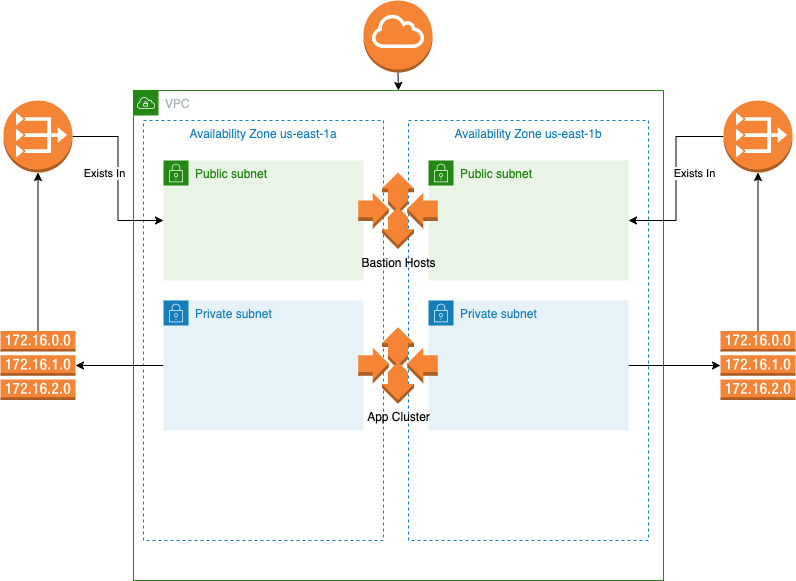
Earlier version of the draw.io export ecs-app-network.png (Amertz08/ecs-app). Source tidied: cells renumbered, new cells last; positions are measured from the earlier drawing's top-left corner, leaving out a move shared by most shapes. Its diagram source:
```xml
<mxGraphModel>
  <root>
    <mxCell id="0" />
    <mxCell id="1" parent="0" />
    <mxCell id="2" value="VPC" style="points=[[0,0],[0.25,0],[0.5,0],[0.75,0],[1,0],[1,0.25],[1,0.5],[1,0.75],[1,1],[0.75,1],[0.5,1],[0.25,1],[0,1],[0,0.75],[0,0.5],[0,0.25]];outlineConnect=0;gradientColor=none;html=1;whiteSpace=wrap;fontSize=12;fontStyle=0;shape=mxgraph.aws4.group;grIcon=mxgraph.aws4.group_vpc;strokeColor=#248814;fillColor=none;verticalAlign=top;align=left;spacingLeft=30;fontColor=#AAB7B8;dashed=0;" parent="1" vertex="1">
      <mxGeometry x="133" y="90" width="530" height="490" as="geometry" />
    </mxCell>
    <mxCell id="3" value="Availability Zone us-east-1a" style="fillColor=none;strokeColor=#147EBA;dashed=1;verticalAlign=top;fontStyle=0;fontColor=#147EBA;" parent="1" vertex="1">
      <mxGeometry x="143" y="120" width="240" height="420" as="geometry" />
    </mxCell>
    <mxCell id="4" value="Availability Zone us-east-1b" style="fillColor=none;strokeColor=#147EBA;dashed=1;verticalAlign=top;fontStyle=0;fontColor=#147EBA;" parent="1" vertex="1">
      <mxGeometry x="408" y="120" width="240" height="420" as="geometry" />
    </mxCell>
    <mxCell id="5" value="Public subnet" style="points=[[0,0],[0.25,0],[0.5,0],[0.75,0],[1,0],[1,0.25],[1,0.5],[1,0.75],[1,1],[0.75,1],[0.5,1],[0.25,1],[0,1],[0,0.75],[0,0.5],[0,0.25]];outlineConnect=0;gradientColor=none;html=1;whiteSpace=wrap;fontSize=12;fontStyle=0;shape=mxgraph.aws4.group;grIcon=mxgraph.aws4.group_security_group;grStroke=0;strokeColor=#248814;fillColor=#E9F3E6;verticalAlign=top;align=left;spacingLeft=30;fontColor=#248814;dashed=0;" parent="1" vertex="1">
      <mxGeometry x="163" y="160" width="200" height="120" as="geometry" />
    </mxCell>
    <mxCell id="6" value="Public subnet" style="points=[[0,0],[0.25,0],[0.5,0],[0.75,0],[1,0],[1,0.25],[1,0.5],[1,0.75],[1,1],[0.75,1],[0.5,1],[0.25,1],[0,1],[0,0.75],[0,0.5],[0,0.25]];outlineConnect=0;gradientColor=none;html=1;whiteSpace=wrap;fontSize=12;fontStyle=0;shape=mxgraph.aws4.group;grIcon=mxgraph.aws4.group_security_group;grStroke=0;strokeColor=#248814;fillColor=#E9F3E6;verticalAlign=top;align=left;spacingLeft=30;fontColor=#248814;dashed=0;" parent="1" vertex="1">
      <mxGeometry x="428" y="160" width="200" height="120" as="geometry" />
    </mxCell>
    <mxCell id="7" style="edgeStyle=orthogonalEdgeStyle;rounded=0;jettySize=auto;html=1;exitX=0;exitY=0.5;exitDx=0;exitDy=0;entryX=1;entryY=0.5;entryDx=0;entryDy=0;entryPerimeter=0;" parent="1" edge="1" source="8" target="22">
      <mxGeometry relative="1" as="geometry" />
    </mxCell>
    <mxCell id="8" value="Private subnet" style="points=[[0,0],[0.25,0],[0.5,0],[0.75,0],[1,0],[1,0.25],[1,0.5],[1,0.75],[1,1],[0.75,1],[0.5,1],[0.25,1],[0,1],[0,0.75],[0,0.5],[0,0.25]];outlineConnect=0;gradientColor=none;html=1;whiteSpace=wrap;fontSize=12;fontStyle=0;shape=mxgraph.aws4.group;grIcon=mxgraph.aws4.group_security_group;grStroke=0;strokeColor=#147EBA;fillColor=#E6F2F8;verticalAlign=top;align=left;spacingLeft=30;fontColor=#147EBA;dashed=0;" parent="1" vertex="1">
      <mxGeometry x="163" y="300" width="200" height="130" as="geometry" />
    </mxCell>
    <mxCell id="9" style="edgeStyle=orthogonalEdgeStyle;rounded=0;jettySize=auto;html=1;exitX=1;exitY=0.5;exitDx=0;exitDy=0;entryX=0;entryY=0.5;entryDx=0;entryDy=0;entryPerimeter=0;" parent="1" edge="1" source="10" target="24">
      <mxGeometry relative="1" as="geometry" />
    </mxCell>
    <mxCell id="10" value="Private subnet" style="points=[[0,0],[0.25,0],[0.5,0],[0.75,0],[1,0],[1,0.25],[1,0.5],[1,0.75],[1,1],[0.75,1],[0.5,1],[0.25,1],[0,1],[0,0.75],[0,0.5],[0,0.25]];outlineConnect=0;gradientColor=none;html=1;whiteSpace=wrap;fontSize=12;fontStyle=0;shape=mxgraph.aws4.group;grIcon=mxgraph.aws4.group_security_group;grStroke=0;strokeColor=#147EBA;fillColor=#E6F2F8;verticalAlign=top;align=left;spacingLeft=30;fontColor=#147EBA;dashed=0;" parent="1" vertex="1">
      <mxGeometry x="428" y="300" width="200" height="130" as="geometry" />
    </mxCell>
    <mxCell id="11" style="edgeStyle=orthogonalEdgeStyle;rounded=0;jettySize=auto;html=1;exitX=0.5;exitY=1;exitDx=0;exitDy=0;exitPerimeter=0;entryX=0.5;entryY=0;entryDx=0;entryDy=0;" parent="1" edge="1" source="12" target="2">
      <mxGeometry relative="1" as="geometry" />
    </mxCell>
    <mxCell id="12" style="outlineConnect=0;dashed=0;verticalLabelPosition=bottom;verticalAlign=top;align=center;html=1;shape=mxgraph.aws3.internet_gateway;fillColor=#F58534;gradientColor=none;" parent="1" vertex="1">
      <mxGeometry x="363" width="69" height="72" as="geometry" />
    </mxCell>
    <mxCell id="13" style="edgeStyle=orthogonalEdgeStyle;rounded=0;jettySize=auto;html=1;exitX=1;exitY=0.5;exitDx=0;exitDy=0;exitPerimeter=0;" parent="1" edge="1" source="15" target="5">
      <mxGeometry relative="1" as="geometry" />
    </mxCell>
    <mxCell id="14" value="Exists In" style="edgeLabel;html=1;align=center;verticalAlign=middle;" parent="13" vertex="1">
      <mxGeometry x="-0.13" y="-2" relative="1" as="geometry">
        <mxPoint x="-12" y="5" as="offset" />
      </mxGeometry>
    </mxCell>
    <mxCell id="15" style="outlineConnect=0;dashed=0;verticalLabelPosition=bottom;verticalAlign=top;align=center;html=1;shape=mxgraph.aws3.vpc_nat_gateway;fillColor=#F58534;gradientColor=none;" parent="1" vertex="1">
      <mxGeometry x="3" y="100" width="69" height="72" as="geometry" />
    </mxCell>
    <mxCell id="16" style="edgeStyle=orthogonalEdgeStyle;rounded=0;jettySize=auto;html=1;exitX=0;exitY=0.5;exitDx=0;exitDy=0;exitPerimeter=0;" parent="1" edge="1" source="18" target="6">
      <mxGeometry relative="1" as="geometry" />
    </mxCell>
    <mxCell id="17" value="Exists In" style="edgeLabel;html=1;align=center;verticalAlign=middle;" parent="16" vertex="1">
      <mxGeometry x="-0.08" y="4" relative="1" as="geometry">
        <mxPoint x="14" y="1" as="offset" />
      </mxGeometry>
    </mxCell>
    <mxCell id="18" style="outlineConnect=0;dashed=0;verticalLabelPosition=bottom;verticalAlign=top;align=center;html=1;shape=mxgraph.aws3.vpc_nat_gateway;fillColor=#F58534;gradientColor=none;" parent="1" vertex="1">
      <mxGeometry x="723" y="100" width="69" height="72" as="geometry" />
    </mxCell>
    <mxCell id="19" value="Bastion Hosts" style="dashed=0;verticalLabelPosition=bottom;verticalAlign=top;align=center;html=1;shape=mxgraph.aws3.auto_scaling;fillColor=#F58534;gradientColor=none;" parent="1" vertex="1">
      <mxGeometry x="357.8" y="172" width="79.5" height="76.5" as="geometry" />
    </mxCell>
    <mxCell id="20" value="App Cluster" style="dashed=0;verticalLabelPosition=bottom;verticalAlign=top;align=center;html=1;shape=mxgraph.aws3.auto_scaling;fillColor=#F58534;gradientColor=none;" parent="1" vertex="1">
      <mxGeometry x="357.8" y="326.8" width="79.5" height="76.5" as="geometry" />
    </mxCell>
    <mxCell id="21" style="edgeStyle=orthogonalEdgeStyle;rounded=0;jettySize=auto;html=1;exitX=0.5;exitY=0;exitDx=0;exitDy=0;exitPerimeter=0;entryX=0.5;entryY=1;entryDx=0;entryDy=0;entryPerimeter=0;" parent="1" edge="1" source="22" target="15">
      <mxGeometry relative="1" as="geometry" />
    </mxCell>
    <mxCell id="22" style="outlineConnect=0;dashed=0;verticalLabelPosition=bottom;verticalAlign=top;align=center;html=1;shape=mxgraph.aws3.route_table;fillColor=#F58536;gradientColor=none;" parent="1" vertex="1">
      <mxGeometry y="330.5" width="75" height="69" as="geometry" />
    </mxCell>
    <mxCell id="23" style="edgeStyle=orthogonalEdgeStyle;rounded=0;jettySize=auto;html=1;exitX=0.5;exitY=0;exitDx=0;exitDy=0;exitPerimeter=0;entryX=0.5;entryY=1;entryDx=0;entryDy=0;entryPerimeter=0;" parent="1" edge="1" source="24" target="18">
      <mxGeometry relative="1" as="geometry" />
    </mxCell>
    <mxCell id="24" style="outlineConnect=0;dashed=0;verticalLabelPosition=bottom;verticalAlign=top;align=center;html=1;shape=mxgraph.aws3.route_table;fillColor=#F58536;gradientColor=none;" parent="1" vertex="1">
      <mxGeometry x="720" y="330.5" width="75" height="69" as="geometry" />
    </mxCell>
  </root>
</mxGraphModel>
```
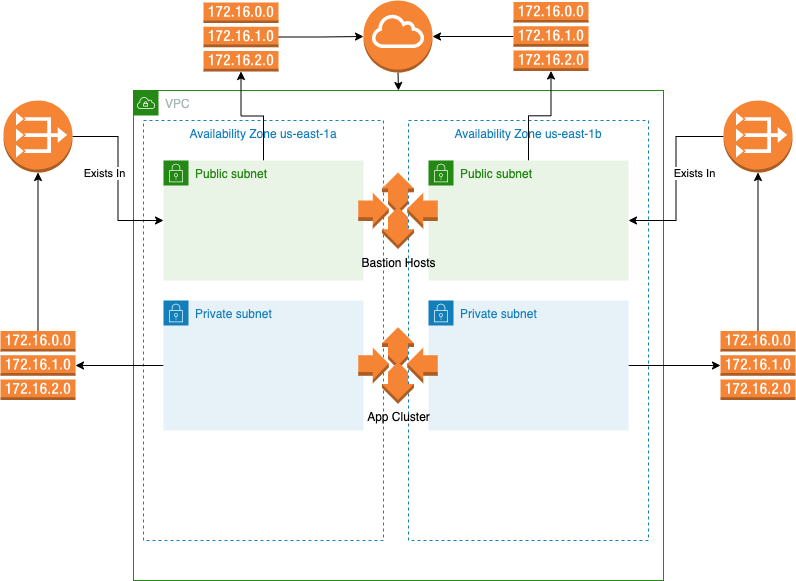
Later version of the same file.

Commit message:
Update network diagram

The edit, as a diff of the source:
```diff
@@ -11,9 +11,15 @@
     <mxCell id="4" value="Availability Zone us-east-1b" style="fillColor=none;strokeColor=#147EBA;dashed=1;verticalAlign=top;fontStyle=0;fontColor=#147EBA;" parent="1" vertex="1">
       <mxGeometry x="408" y="120" width="240" height="420" as="geometry" />
     </mxCell>
+    <mxCell id="25" style="edgeStyle=orthogonalEdgeStyle;rounded=0;jettySize=auto;html=1;exitX=0.5;exitY=0;exitDx=0;exitDy=0;entryX=0.5;entryY=1;entryDx=0;entryDy=0;entryPerimeter=0;" parent="1" edge="1" source="5" target="28">
+      <mxGeometry relative="1" as="geometry" />
+    </mxCell>
     <mxCell id="5" value="Public subnet" style="points=[[0,0],[0.25,0],[0.5,0],[0.75,0],[1,0],[1,0.25],[1,0.5],[1,0.75],[1,1],[0.75,1],[0.5,1],[0.25,1],[0,1],[0,0.75],[0,0.5],[0,0.25]];outlineConnect=0;gradientColor=none;html=1;whiteSpace=wrap;fontSize=12;fontStyle=0;shape=mxgraph.aws4.group;grIcon=mxgraph.aws4.group_security_group;grStroke=0;strokeColor=#248814;fillColor=#E9F3E6;verticalAlign=top;align=left;spacingLeft=30;fontColor=#248814;dashed=0;" parent="1" vertex="1">
       <mxGeometry x="163" y="160" width="200" height="120" as="geometry" />
     </mxCell>
+    <mxCell id="26" style="edgeStyle=orthogonalEdgeStyle;rounded=0;jettySize=auto;html=1;exitX=0.5;exitY=0;exitDx=0;exitDy=0;entryX=0.5;entryY=1;entryDx=0;entryDy=0;entryPerimeter=0;" parent="1" edge="1" source="6" target="30">
+      <mxGeometry relative="1" as="geometry" />
+    </mxCell>
     <mxCell id="6" value="Public subnet" style="points=[[0,0],[0.25,0],[0.5,0],[0.75,0],[1,0],[1,0.25],[1,0.5],[1,0.75],[1,1],[0.75,1],[0.5,1],[0.25,1],[0,1],[0,0.75],[0,0.5],[0,0.25]];outlineConnect=0;gradientColor=none;html=1;whiteSpace=wrap;fontSize=12;fontStyle=0;shape=mxgraph.aws4.group;grIcon=mxgraph.aws4.group_security_group;grStroke=0;strokeColor=#248814;fillColor=#E9F3E6;verticalAlign=top;align=left;spacingLeft=30;fontColor=#248814;dashed=0;" parent="1" vertex="1">
       <mxGeometry x="428" y="160" width="200" height="120" as="geometry" />
     </mxCell>
@@ -75,5 +81,17 @@
     <mxCell id="24" style="outlineConnect=0;dashed=0;verticalLabelPosition=bottom;verticalAlign=top;align=center;html=1;shape=mxgraph.aws3.route_table;fillColor=#F58536;gradientColor=none;" parent="1" vertex="1">
       <mxGeometry x="720" y="330.5" width="75" height="69" as="geometry" />
     </mxCell>
+    <mxCell id="27" style="edgeStyle=orthogonalEdgeStyle;rounded=0;jettySize=auto;html=1;exitX=1;exitY=0.5;exitDx=0;exitDy=0;exitPerimeter=0;entryX=0;entryY=0.5;entryDx=0;entryDy=0;entryPerimeter=0;" parent="1" edge="1" source="28" target="12">
+      <mxGeometry relative="1" as="geometry" />
+    </mxCell>
+    <mxCell id="28" style="outlineConnect=0;dashed=0;verticalLabelPosition=bottom;verticalAlign=top;align=center;html=1;shape=mxgraph.aws3.route_table;fillColor=#F58536;gradientColor=none;" parent="1" vertex="1">
+      <mxGeometry x="203" y="2" width="75" height="69" as="geometry" />
+    </mxCell>
+    <mxCell id="29" style="edgeStyle=orthogonalEdgeStyle;rounded=0;jettySize=auto;html=1;exitX=0;exitY=0.5;exitDx=0;exitDy=0;exitPerimeter=0;entryX=1;entryY=0.5;entryDx=0;entryDy=0;entryPerimeter=0;" parent="1" edge="1" source="30" target="12">
+      <mxGeometry relative="1" as="geometry" />
+    </mxCell>
+    <mxCell id="30" style="outlineConnect=0;dashed=0;verticalLabelPosition=bottom;verticalAlign=top;align=center;html=1;shape=mxgraph.aws3.route_table;fillColor=#F58536;gradientColor=none;" parent="1" vertex="1">
+      <mxGeometry x="513" y="1.5" width="75" height="69" as="geometry" />
+    </mxCell>
   </root>
 </mxGraphModel>
```
